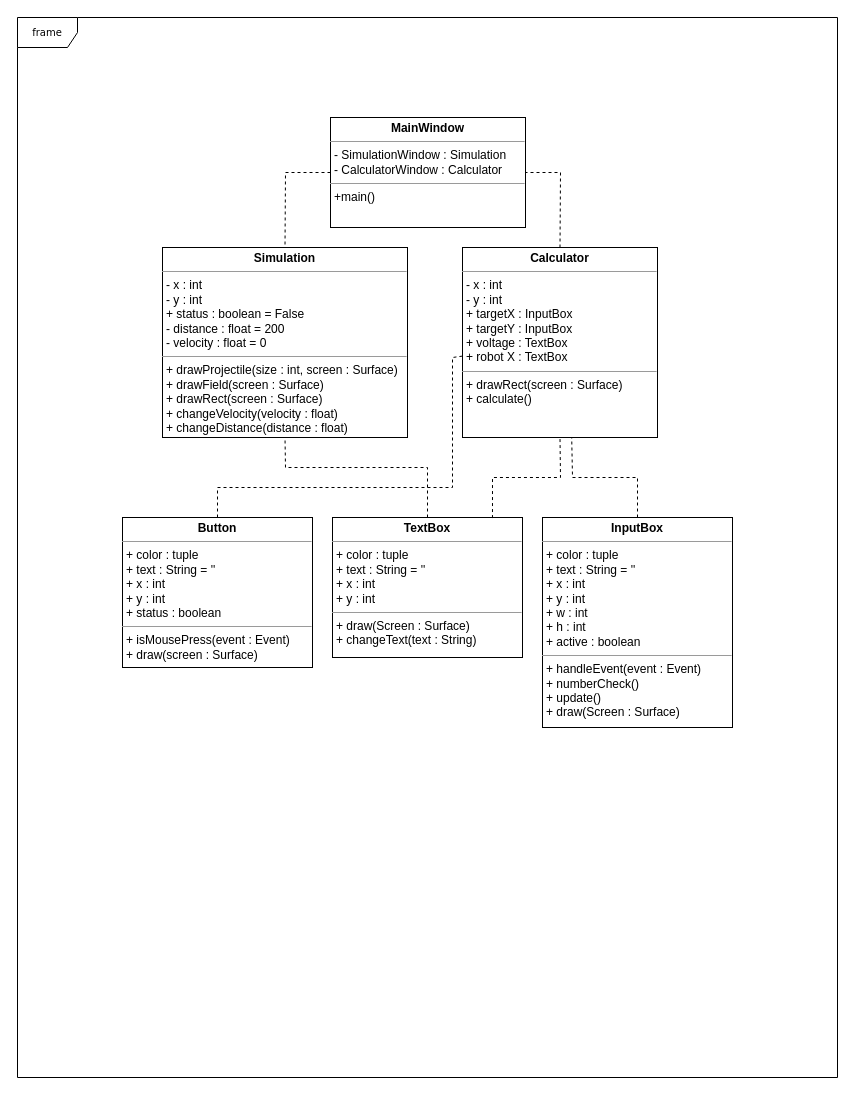
This is UML diagram.drawio from Ling-ling00/Studio_simulation, a draw.io file, before an edit. Source tidied: cells renumbered, new cells numbered last; positions are measured from the earlier drawing's top-left corner, leaving out a move shared by most shapes. Both pictures are drawn from the tidied source at 100%, with x=0, y=0 at pixel (17, 17).
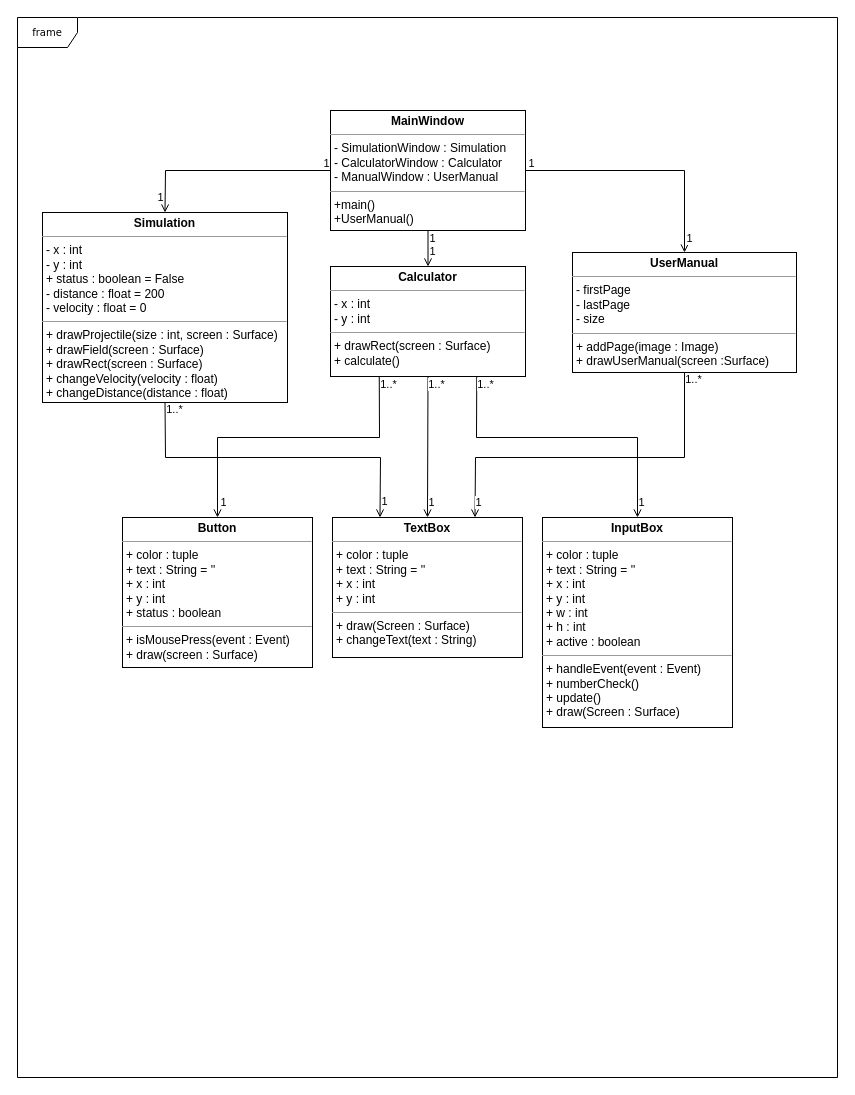
After the change.

The change refers to these unchanged cells:
```xml
<mxCell id="5" value="&lt;p style=&quot;margin:0px;margin-top:4px;text-align:center;&quot;&gt;&lt;b style=&quot;&quot;&gt;TextBox&lt;/b&gt;&lt;/p&gt;&lt;hr size=&quot;1&quot;&gt;&lt;p style=&quot;margin:0px;margin-left:4px;&quot;&gt;+ color : tuple&lt;br&gt;+ text : String = ''&lt;/p&gt;&lt;p style=&quot;margin:0px;margin-left:4px;&quot;&gt;+ x : int&lt;/p&gt;&lt;p style=&quot;margin:0px;margin-left:4px;&quot;&gt;+ y : int&lt;/p&gt;&lt;hr size=&quot;1&quot;&gt;&lt;p style=&quot;margin:0px;margin-left:4px;&quot;&gt;&lt;span style=&quot;background-color: initial;&quot;&gt;+ draw(Screen : Surface)&lt;/span&gt;&lt;br&gt;&lt;/p&gt;&lt;p style=&quot;margin:0px;margin-left:4px;&quot;&gt;&lt;span style=&quot;background-color: initial;&quot;&gt;+ changeText(text : String)&lt;/span&gt;&lt;/p&gt;" style="verticalAlign=top;align=left;overflow=fill;fontSize=12;fontFamily=Helvetica;html=1;rounded=0;shadow=0;comic=0;labelBackgroundColor=none;strokeWidth=1;" parent="1" vertex="1">
  <mxGeometry x="315" y="500" width="190" height="140" as="geometry" />
</mxCell>
<mxCell id="6" value="&lt;p style=&quot;margin:0px;margin-top:4px;text-align:center;&quot;&gt;&lt;b&gt;InputBox&lt;/b&gt;&lt;/p&gt;&lt;hr size=&quot;1&quot;&gt;&lt;p style=&quot;margin:0px;margin-left:4px;&quot;&gt;+ color : tuple&lt;br&gt;+ text : String = ''&lt;/p&gt;&lt;p style=&quot;margin:0px;margin-left:4px;&quot;&gt;+ x : int&lt;/p&gt;&lt;p style=&quot;margin:0px;margin-left:4px;&quot;&gt;+ y : int&lt;/p&gt;&lt;p style=&quot;margin:0px;margin-left:4px;&quot;&gt;+ w : int&lt;br style=&quot;border-color: var(--border-color);&quot;&gt;+ h : int&lt;/p&gt;&lt;p style=&quot;margin:0px;margin-left:4px;&quot;&gt;+ active : boolean&lt;/p&gt;&lt;hr size=&quot;1&quot;&gt;&lt;p style=&quot;margin:0px;margin-left:4px;&quot;&gt;+&amp;nbsp;handleEvent(event : Event)&lt;/p&gt;&lt;p style=&quot;margin:0px;margin-left:4px;&quot;&gt;+ numberCheck()&lt;/p&gt;&lt;p style=&quot;margin:0px;margin-left:4px;&quot;&gt;+ update()&lt;/p&gt;&lt;p style=&quot;margin:0px;margin-left:4px;&quot;&gt;+ draw(Screen : Surface)&lt;/p&gt;" style="verticalAlign=top;align=left;overflow=fill;fontSize=12;fontFamily=Helvetica;html=1;rounded=0;shadow=0;comic=0;labelBackgroundColor=none;strokeWidth=1;" parent="1" vertex="1">
  <mxGeometry x="525" y="500" width="190" height="210" as="geometry" />
</mxCell>
<mxCell id="7" value="&lt;p style=&quot;margin:0px;margin-top:4px;text-align:center;&quot;&gt;&lt;b style=&quot;&quot;&gt;Button&lt;/b&gt;&lt;/p&gt;&lt;hr size=&quot;1&quot;&gt;&lt;p style=&quot;margin:0px;margin-left:4px;&quot;&gt;+ color : tuple&lt;br&gt;+ text : String = ''&lt;/p&gt;&lt;p style=&quot;margin:0px;margin-left:4px;&quot;&gt;+ x : int&lt;/p&gt;&lt;p style=&quot;margin:0px;margin-left:4px;&quot;&gt;+ y : int&lt;/p&gt;&lt;p style=&quot;margin:0px;margin-left:4px;&quot;&gt;+ status : boolean&lt;/p&gt;&lt;hr size=&quot;1&quot;&gt;&lt;p style=&quot;margin:0px;margin-left:4px;&quot;&gt;+&amp;nbsp;isMousePress(event : Event)&lt;/p&gt;&lt;p style=&quot;margin:0px;margin-left:4px;&quot;&gt;+ draw(screen : Surface)&lt;/p&gt;" style="verticalAlign=top;align=left;overflow=fill;fontSize=12;fontFamily=Helvetica;html=1;rounded=0;shadow=0;comic=0;labelBackgroundColor=none;strokeWidth=1;" parent="1" vertex="1">
  <mxGeometry x="105" y="500" width="190" height="150" as="geometry" />
</mxCell>
```

What changed in the source:
```diff
@@
     <mxCell id="3" value="&lt;p style=&quot;margin:0px;margin-top:4px;text-align:center;&quot;&gt;&lt;b style=&quot;&quot;&gt;Simulation&lt;/b&gt;&lt;/p&gt;&lt;hr size=&quot;1&quot;&gt;&lt;p style=&quot;border-color: var(--border-color); margin: 0px 0px 0px 4px;&quot;&gt;- x : int&lt;/p&gt;&lt;p style=&quot;border-color: var(--border-color); margin: 0px 0px 0px 4px;&quot;&gt;- y : int&lt;br&gt;&lt;/p&gt;&lt;p style=&quot;border-color: var(--border-color); margin: 0px 0px 0px 4px;&quot;&gt;+ status : boolean = False&lt;/p&gt;&lt;p style=&quot;border-color: var(--border-color); margin: 0px 0px 0px 4px;&quot;&gt;- distance : float = 200&lt;/p&gt;&lt;p style=&quot;border-color: var(--border-color); margin: 0px 0px 0px 4px;&quot;&gt;- velocity : float = 0&lt;/p&gt;&lt;hr size=&quot;1&quot;&gt;&lt;p style=&quot;border-color: var(--border-color); margin: 0px 0px 0px 4px;&quot;&gt;+ drawProjectile(size : int, screen : Surface)&lt;br style=&quot;border-color: var(--border-color);&quot;&gt;&lt;/p&gt;&lt;p style=&quot;border-color: var(--border-color); margin: 0px 0px 0px 4px;&quot;&gt;+ drawField(screen : Surface)&lt;/p&gt;&lt;p style=&quot;border-color: var(--border-color); margin: 0px 0px 0px 4px;&quot;&gt;+ drawRect(screen : Surface)&lt;/p&gt;&lt;p style=&quot;border-color: var(--border-color); margin: 0px 0px 0px 4px;&quot;&gt;+ changeVelocity(velocity : float)&lt;br&gt;+ changeDistance(distance : float)&lt;/p&gt;" style="verticalAlign=top;align=left;overflow=fill;fontSize=12;fontFamily=Helvetica;html=1;rounded=0;shadow=0;comic=0;labelBackgroundColor=none;strokeWidth=1;" parent="1" vertex="1">
-      <mxGeometry x="145" y="230" width="245" height="190" as="geometry" />
+      <mxGeometry x="25" y="195" width="245" height="190" as="geometry" />
     </mxCell>
-    <mxCell id="4" value="&lt;p style=&quot;margin:0px;margin-top:4px;text-align:center;&quot;&gt;&lt;b style=&quot;&quot;&gt;Calculator&lt;/b&gt;&lt;/p&gt;&lt;hr size=&quot;1&quot;&gt;&lt;p style=&quot;margin:0px;margin-left:4px;&quot;&gt;- x : int&lt;/p&gt;&lt;p style=&quot;margin:0px;margin-left:4px;&quot;&gt;- y : int&lt;/p&gt;&lt;p style=&quot;margin:0px;margin-left:4px;&quot;&gt;+ targetX : InputBox&lt;br&gt;+ targetY : InputBox&lt;/p&gt;&lt;p style=&quot;margin:0px;margin-left:4px;&quot;&gt;+ voltage : TextBox&lt;/p&gt;&lt;p style=&quot;margin:0px;margin-left:4px;&quot;&gt;+ robot X : TextBox&lt;/p&gt;&lt;hr size=&quot;1&quot;&gt;&lt;p style=&quot;margin:0px;margin-left:4px;&quot;&gt;+ drawRect(screen : Surface)&lt;br&gt;&lt;/p&gt;&lt;p style=&quot;margin:0px;margin-left:4px;&quot;&gt;+ calculate()&lt;/p&gt;" style="verticalAlign=top;align=left;overflow=fill;fontSize=12;fontFamily=Helvetica;html=1;rounded=0;shadow=0;comic=0;labelBackgroundColor=none;strokeWidth=1;" parent="1" vertex="1">
-      <mxGeometry x="445" y="230" width="195" height="190" as="geometry" />
+    <mxCell id="4" value="&lt;p style=&quot;margin:0px;margin-top:4px;text-align:center;&quot;&gt;&lt;b style=&quot;&quot;&gt;Calculator&lt;/b&gt;&lt;/p&gt;&lt;hr size=&quot;1&quot;&gt;&lt;p style=&quot;margin:0px;margin-left:4px;&quot;&gt;- x : int&lt;/p&gt;&lt;p style=&quot;margin:0px;margin-left:4px;&quot;&gt;- y : int&lt;/p&gt;&lt;hr size=&quot;1&quot;&gt;&lt;p style=&quot;margin:0px;margin-left:4px;&quot;&gt;+ drawRect(screen : Surface)&lt;br&gt;&lt;/p&gt;&lt;p style=&quot;margin:0px;margin-left:4px;&quot;&gt;+ calculate()&lt;/p&gt;" style="verticalAlign=top;align=left;overflow=fill;fontSize=12;fontFamily=Helvetica;html=1;rounded=0;shadow=0;comic=0;labelBackgroundColor=none;strokeWidth=1;" parent="1" vertex="1">
+      <mxGeometry x="313" y="249" width="195" height="110" as="geometry" />
     </mxCell>
@@
-    <mxCell id="8" style="endArrow=none;dashed=1;html=1;rounded=0;entryX=0.56;entryY=0.999;entryDx=0;entryDy=0;entryPerimeter=0;" parent="1" edge="1" source="6" target="4">
-      <mxGeometry relative="1" as="geometry">
-        <Array as="points">
-          <mxPoint x="620" y="460" />
-          <mxPoint x="555" y="460" />
-        </Array>
-      </mxGeometry>
-    </mxCell>
-    <mxCell id="9" style="endArrow=none;dashed=1;html=1;rounded=0;exitX=0.5;exitY=0;exitDx=0;exitDy=0;" parent="1" edge="1" source="7" target="4">
-      <mxGeometry relative="1" as="geometry">
-        <Array as="points">
-          <mxPoint x="200" y="470" />
-          <mxPoint x="435" y="470" />
-          <mxPoint x="435" y="340" />
-        </Array>
-      </mxGeometry>
-    </mxCell>
-    <mxCell id="10" style="endArrow=none;dashed=1;html=1;rounded=0;entryX=0.5;entryY=1;entryDx=0;entryDy=0;exitX=0.842;exitY=0.004;exitDx=0;exitDy=0;exitPerimeter=0;" parent="1" edge="1" source="5" target="4">
-      <mxGeometry relative="1" as="geometry">
-        <Array as="points">
-          <mxPoint x="475" y="460" />
-          <mxPoint x="543" y="460" />
-        </Array>
-      </mxGeometry>
-    </mxCell>
-    <mxCell id="11" value="&lt;p style=&quot;margin:0px;margin-top:4px;text-align:center;&quot;&gt;&lt;b&gt;MainWindow&lt;/b&gt;&lt;/p&gt;&lt;hr size=&quot;1&quot;&gt;&lt;p style=&quot;margin:0px;margin-left:4px;&quot;&gt;- SimulationWindow : Simulation&lt;br&gt;&lt;/p&gt;&lt;p style=&quot;margin:0px;margin-left:4px;&quot;&gt;- CalculatorWindow : Calculator&lt;/p&gt;&lt;hr size=&quot;1&quot;&gt;&lt;p style=&quot;margin:0px;margin-left:4px;&quot;&gt;+main()&lt;/p&gt;" style="verticalAlign=top;align=left;overflow=fill;fontSize=12;fontFamily=Helvetica;html=1;rounded=0;shadow=0;comic=0;labelBackgroundColor=none;strokeWidth=1;" parent="1" vertex="1">
-      <mxGeometry x="313" y="100" width="195" height="110" as="geometry" />
+    <mxCell id="11" value="&lt;p style=&quot;margin:0px;margin-top:4px;text-align:center;&quot;&gt;&lt;b&gt;MainWindow&lt;/b&gt;&lt;/p&gt;&lt;hr size=&quot;1&quot;&gt;&lt;p style=&quot;margin:0px;margin-left:4px;&quot;&gt;- SimulationWindow : Simulation&lt;br&gt;&lt;/p&gt;&lt;p style=&quot;margin:0px;margin-left:4px;&quot;&gt;- CalculatorWindow : Calculator&lt;/p&gt;&lt;p style=&quot;margin:0px;margin-left:4px;&quot;&gt;- ManualWindow : UserManual&lt;/p&gt;&lt;hr size=&quot;1&quot;&gt;&lt;p style=&quot;margin:0px;margin-left:4px;&quot;&gt;+main()&lt;/p&gt;&lt;p style=&quot;margin:0px;margin-left:4px;&quot;&gt;+UserManual()&lt;/p&gt;" style="verticalAlign=top;align=left;overflow=fill;fontSize=12;fontFamily=Helvetica;html=1;rounded=0;shadow=0;comic=0;labelBackgroundColor=none;strokeWidth=1;" parent="1" vertex="1">
+      <mxGeometry x="313" y="93" width="195" height="120" as="geometry" />
     </mxCell>
+    <mxCell id="15" value="&lt;p style=&quot;margin:0px;margin-top:4px;text-align:center;&quot;&gt;&lt;b&gt;UserManual&lt;/b&gt;&lt;/p&gt;&lt;hr size=&quot;1&quot;&gt;&lt;p style=&quot;margin:0px;margin-left:4px;&quot;&gt;- firstPage&lt;/p&gt;&lt;p style=&quot;margin:0px;margin-left:4px;&quot;&gt;- lastPage&lt;/p&gt;&lt;p style=&quot;margin:0px;margin-left:4px;&quot;&gt;- size&lt;/p&gt;&lt;hr size=&quot;1&quot;&gt;&lt;p style=&quot;margin:0px;margin-left:4px;&quot;&gt;+ addPage(image : Image)&lt;/p&gt;&lt;p style=&quot;margin:0px;margin-left:4px;&quot;&gt;+ drawUserManual(screen :Surface)&lt;/p&gt;" style="verticalAlign=top;align=left;overflow=fill;fontSize=12;fontFamily=Helvetica;html=1;rounded=0;shadow=0;comic=0;labelBackgroundColor=none;strokeWidth=1;" parent="1" vertex="1">
+      <mxGeometry x="555" y="235" width="224" height="120" as="geometry" />
+    </mxCell>
-    <mxCell id="12" style="endArrow=none;dashed=1;html=1;rounded=0;exitX=0;exitY=0.5;exitDx=0;exitDy=0;entryX=0.5;entryY=0;entryDx=0;entryDy=0;" parent="1" edge="1" source="11" target="3">
+    <mxCell id="12" style="endArrow=open;html=1;rounded=0;exitX=0;exitY=0.5;exitDx=0;exitDy=0;entryX=0.5;entryY=0;entryDx=0;entryDy=0;endFill=0;" parent="1" edge="1" source="11" target="3">
       <mxGeometry relative="1" as="geometry">
         <Array as="points">
-          <mxPoint x="268" y="155" />
+          <mxPoint x="148" y="153" />
         </Array>
       </mxGeometry>
     </mxCell>
-    <mxCell id="13" style="endArrow=none;dashed=1;html=1;rounded=0;entryX=1;entryY=0.5;entryDx=0;entryDy=0;exitX=0.5;exitY=0;exitDx=0;exitDy=0;" parent="1" edge="1" source="4" target="11">
-      <mxGeometry relative="1" as="geometry">
-        <Array as="points">
-          <mxPoint x="543" y="155" />
-        </Array>
-      </mxGeometry>
-    </mxCell>
-    <mxCell id="14" style="endArrow=none;dashed=1;html=1;rounded=0;entryX=0.5;entryY=1;entryDx=0;entryDy=0;exitX=0.5;exitY=0;exitDx=0;exitDy=0;" parent="1" edge="1" source="5" target="3">
-      <mxGeometry relative="1" as="geometry">
-        <Array as="points">
-          <mxPoint x="410" y="450" />
-          <mxPoint x="268" y="450" />
-        </Array>
-      </mxGeometry>
-    </mxCell>
+    <mxCell id="16" value="1" style="edgeLabel;html=1;align=center;verticalAlign=middle;" parent="12" vertex="1">
+      <mxGeometry x="0.87" relative="1" as="geometry">
+        <mxPoint x="-5" y="-2" as="offset" />
+      </mxGeometry>
+    </mxCell>
+    <mxCell id="17" value="1" style="edgeLabel;html=1;align=center;verticalAlign=middle;" parent="12" vertex="1">
+      <mxGeometry x="-0.93" relative="1" as="geometry">
+        <mxPoint x="2" y="-8" as="offset" />
+      </mxGeometry>
+    </mxCell>
+    <mxCell id="18" style="endArrow=open;html=1;rounded=0;exitX=0.5;exitY=1;exitDx=0;exitDy=0;entryX=0.5;entryY=0;entryDx=0;entryDy=0;endFill=0;" parent="1" edge="1" source="11" target="4">
+      <mxGeometry relative="1" as="geometry" />
+    </mxCell>
+    <mxCell id="19" value="1" style="edgeLabel;html=1;align=center;verticalAlign=middle;" parent="18" vertex="1">
+      <mxGeometry x="-0.79" relative="1" as="geometry">
+        <mxPoint x="4" y="3" as="offset" />
+      </mxGeometry>
+    </mxCell>
+    <mxCell id="20" style="endArrow=open;html=1;rounded=0;exitX=1;exitY=0.5;exitDx=0;exitDy=0;entryX=0.5;entryY=0;entryDx=0;entryDy=0;endFill=0;" parent="1" edge="1" source="11" target="15">
+      <mxGeometry relative="1" as="geometry">
+        <Array as="points">
+          <mxPoint x="667" y="153" />
+        </Array>
+      </mxGeometry>
+    </mxCell>
+    <mxCell id="21" value="1" style="edgeLabel;html=1;align=center;verticalAlign=middle;" parent="20" vertex="1">
+      <mxGeometry x="-0.96" y="-1" relative="1" as="geometry">
+        <mxPoint y="-9" as="offset" />
+      </mxGeometry>
+    </mxCell>
+    <mxCell id="22" value="1" style="edgeLabel;html=1;align=center;verticalAlign=middle;" parent="20" vertex="1">
+      <mxGeometry x="0.93" y="1" relative="1" as="geometry">
+        <mxPoint x="3" y="-7" as="offset" />
+      </mxGeometry>
+    </mxCell>
+    <mxCell id="23" style="endArrow=open;html=1;rounded=0;exitX=0.5;exitY=1;exitDx=0;exitDy=0;entryX=0.25;entryY=0;entryDx=0;entryDy=0;endFill=0;" parent="1" edge="1" source="3" target="5">
+      <mxGeometry relative="1" as="geometry">
+        <Array as="points">
+          <mxPoint x="148" y="440" />
+          <mxPoint x="363" y="440" />
+        </Array>
+      </mxGeometry>
+    </mxCell>
+    <mxCell id="24" value="1" style="edgeLabel;html=1;align=center;verticalAlign=middle;" parent="23" vertex="1">
+      <mxGeometry x="0.92" relative="1" as="geometry">
+        <mxPoint x="4" y="-3" as="offset" />
+      </mxGeometry>
+    </mxCell>
+    <mxCell id="25" style="endArrow=open;html=1;rounded=0;entryX=0.75;entryY=0;entryDx=0;entryDy=0;exitX=0.5;exitY=1;exitDx=0;exitDy=0;endFill=0;" parent="1" edge="1" source="15" target="5">
+      <mxGeometry relative="1" as="geometry">
+        <Array as="points">
+          <mxPoint x="667" y="440" />
+          <mxPoint x="458" y="440" />
+        </Array>
+      </mxGeometry>
+    </mxCell>
+    <mxCell id="26" style="endArrow=open;html=1;rounded=0;exitX=0.5;exitY=1;exitDx=0;exitDy=0;entryX=0.5;entryY=0;entryDx=0;entryDy=0;endFill=0;" parent="1" edge="1" source="4" target="5">
+      <mxGeometry relative="1" as="geometry" />
+    </mxCell>
+    <mxCell id="27" style="endArrow=open;html=1;rounded=0;exitX=0.25;exitY=1;exitDx=0;exitDy=0;entryX=0.5;entryY=0;entryDx=0;entryDy=0;endFill=0;" parent="1" edge="1" source="4" target="7">
+      <mxGeometry relative="1" as="geometry">
+        <Array as="points">
+          <mxPoint x="362" y="420" />
+          <mxPoint x="200" y="420" />
+        </Array>
+      </mxGeometry>
+    </mxCell>
+    <mxCell id="28" value="1..*" style="edgeLabel;html=1;align=center;verticalAlign=middle;" parent="27" vertex="1">
+      <mxGeometry x="-0.96" relative="1" as="geometry">
+        <mxPoint x="9" y="2" as="offset" />
+      </mxGeometry>
+    </mxCell>
+    <mxCell id="29" style="endArrow=open;html=1;rounded=0;exitX=0.75;exitY=1;exitDx=0;exitDy=0;entryX=0.5;entryY=0;entryDx=0;entryDy=0;endFill=0;" parent="1" edge="1" source="4" target="6">
+      <mxGeometry relative="1" as="geometry">
+        <Array as="points">
+          <mxPoint x="459" y="420" />
+          <mxPoint x="620" y="420" />
+        </Array>
+      </mxGeometry>
+    </mxCell>
+    <mxCell id="30" value="1" style="edgeLabel;html=1;align=center;verticalAlign=middle;" parent="1" vertex="1">
+      <mxGeometry x="379" y="368" as="geometry">
+        <mxPoint x="-174" y="116" as="offset" />
+      </mxGeometry>
+    </mxCell>
+    <mxCell id="31" value="1..*" style="edgeLabel;html=1;align=center;verticalAlign=middle;" parent="1" vertex="1">
+      <mxGeometry x="381.8" y="378.5" as="geometry">
+        <mxPoint x="37" y="-12" as="offset" />
+      </mxGeometry>
+    </mxCell>
+    <mxCell id="32" value="1..*" style="edgeLabel;html=1;align=center;verticalAlign=middle;" parent="1" vertex="1">
+      <mxGeometry x="467.8" y="366.5" as="geometry" />
+    </mxCell>
+    <mxCell id="33" value="1..*" style="edgeLabel;html=1;align=center;verticalAlign=middle;" parent="1" vertex="1">
+      <mxGeometry x="403.8" y="385.5" as="geometry">
+        <mxPoint x="-247" y="6" as="offset" />
+      </mxGeometry>
+    </mxCell>
+    <mxCell id="34" value="1..*" style="edgeLabel;html=1;align=center;verticalAlign=middle;" parent="1" vertex="1">
+      <mxGeometry x="413.8" y="394.5" as="geometry">
+        <mxPoint x="262" y="-33" as="offset" />
+      </mxGeometry>
+    </mxCell>
+    <mxCell id="35" value="1" style="edgeLabel;html=1;align=center;verticalAlign=middle;" parent="1" vertex="1">
+      <mxGeometry x="413.6" y="484.2" as="geometry" />
+    </mxCell>
+    <mxCell id="36" value="1" style="edgeLabel;html=1;align=center;verticalAlign=middle;" parent="1" vertex="1">
+      <mxGeometry x="460.6" y="484.2" as="geometry" />
+    </mxCell>
+    <mxCell id="37" value="1" style="edgeLabel;html=1;align=center;verticalAlign=middle;" parent="1" vertex="1">
+      <mxGeometry x="623.6" y="484.2" as="geometry" />
+    </mxCell>
+    <mxCell id="38" value="1" style="edgeLabel;html=1;align=center;verticalAlign=middle;" parent="1" vertex="1">
+      <mxGeometry x="406.6" y="539.2" as="geometry">
+        <mxPoint x="8" y="-306" as="offset" />
+      </mxGeometry>
+    </mxCell>
```
